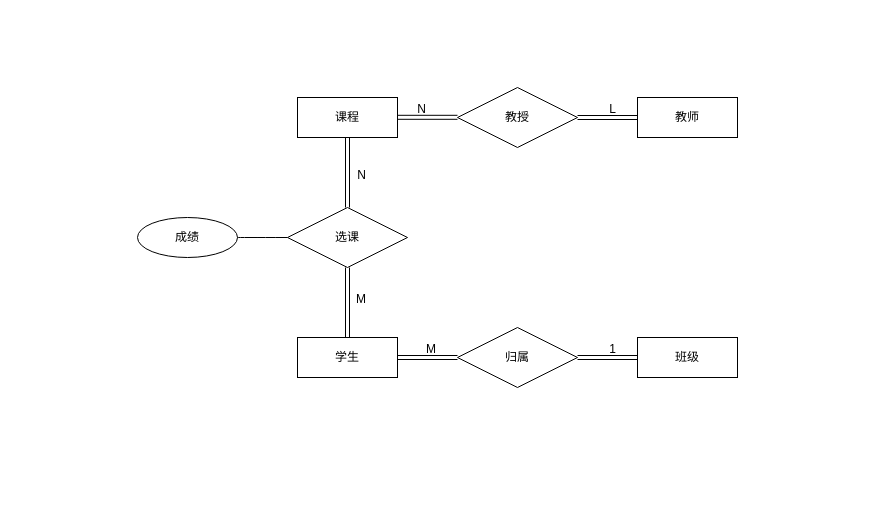
Before: dbms-demo/未命名绘图.drawio in AlexRed123/DBMS, a draw.io diagram. Source tidied: cells renumbered, new cells numbered last; positions are measured from the earlier drawing's top-left corner, leaving out a move shared by most shapes. Both pictures are drawn from the tidied source at 100%, with x=0, y=0 at pixel (137, 87).
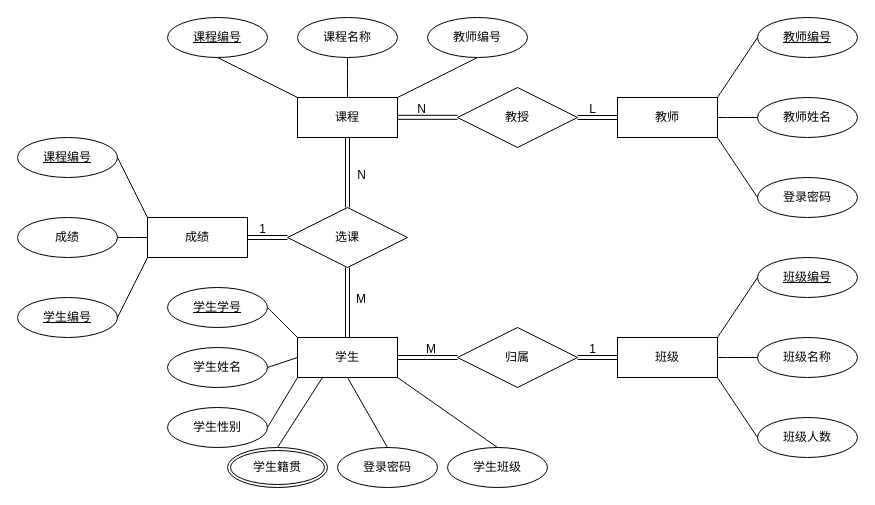
Above is the later version.

Unchanged cells that the change refers to:
```xml
<mxCell id="2" value="学生" style="whiteSpace=wrap;html=1;align=center;" parent="1" vertex="1">
  <mxGeometry x="160" y="250" width="100" height="40" as="geometry" />
</mxCell>
<mxCell id="4" value="课程" style="whiteSpace=wrap;html=1;align=center;" parent="1" vertex="1">
  <mxGeometry x="160" y="10" width="100" height="40" as="geometry" />
</mxCell>
<mxCell id="5" value="选课" style="shape=rhombus;perimeter=rhombusPerimeter;whiteSpace=wrap;html=1;align=center;" parent="1" vertex="1">
  <mxGeometry x="150" y="120" width="120" height="60" as="geometry" />
</mxCell>
```

What changed in the source:
```diff
@@
     <mxCell id="3" value="班级" style="whiteSpace=wrap;html=1;align=center;" parent="1" vertex="1">
-      <mxGeometry x="500" y="250" width="100" height="40" as="geometry" />
+      <mxGeometry x="480" y="250" width="100" height="40" as="geometry" />
     </mxCell>
@@
-    <mxCell id="6" value="成绩" style="ellipse;whiteSpace=wrap;html=1;align=center;" parent="1" vertex="1">
-      <mxGeometry y="130" width="100" height="40" as="geometry" />
-    </mxCell>
-    <mxCell id="7" style="endArrow=none;html=1;rounded=0;fontSize=12;startSize=8;endSize=8;curved=1;exitX=1;exitY=0.5;exitDx=0;exitDy=0;entryX=0;entryY=0.5;entryDx=0;entryDy=0;" parent="1" edge="1" source="6" target="5">
-      <mxGeometry relative="1" as="geometry" />
-    </mxCell>
@@
     <mxCell id="22" value="教师" style="whiteSpace=wrap;html=1;align=center;" parent="1" vertex="1">
-      <mxGeometry x="500" y="10" width="100" height="40" as="geometry" />
+      <mxGeometry x="480" y="10" width="100" height="40" as="geometry" />
     </mxCell>
+    <mxCell id="23" value="成绩" style="whiteSpace=wrap;html=1;align=center;" parent="1" vertex="1">
+      <mxGeometry x="10" y="130" width="100" height="40" as="geometry" />
+    </mxCell>
+    <mxCell id="24" style="shape=link;html=1;rounded=0;fontSize=12;startSize=8;endSize=8;curved=1;exitX=1;exitY=0.5;exitDx=0;exitDy=0;entryX=0;entryY=0.5;entryDx=0;entryDy=0;" parent="1" edge="1" source="23" target="5">
+      <mxGeometry relative="1" as="geometry" />
+    </mxCell>
+    <mxCell id="25" value="1" style="html=1;whiteSpace=wrap;align=right;verticalAlign=bottom;" parent="24" vertex="1">
+      <mxGeometry x="1" relative="1" as="geometry">
+        <mxPoint x="-20" as="offset" />
+      </mxGeometry>
+    </mxCell>
+    <mxCell id="26" value="学生编号" style="ellipse;whiteSpace=wrap;html=1;align=center;fontStyle=4;" parent="1" vertex="1">
+      <mxGeometry x="-120" y="210" width="100" height="40" as="geometry" />
+    </mxCell>
+    <mxCell id="27" value="课程编号" style="ellipse;whiteSpace=wrap;html=1;align=center;fontStyle=4;" parent="1" vertex="1">
+      <mxGeometry x="-120" y="50" width="100" height="40" as="geometry" />
+    </mxCell>
+    <mxCell id="6" value="成绩" style="ellipse;whiteSpace=wrap;html=1;align=center;" parent="1" vertex="1">
+      <mxGeometry x="-120" y="130" width="100" height="40" as="geometry" />
+    </mxCell>
+    <mxCell id="28" style="endArrow=none;html=1;rounded=0;fontSize=12;startSize=8;endSize=8;curved=1;exitX=1;exitY=0.5;exitDx=0;exitDy=0;entryX=0;entryY=1;entryDx=0;entryDy=0;" parent="1" edge="1" source="26" target="23">
+      <mxGeometry relative="1" as="geometry" />
+    </mxCell>
+    <mxCell id="29" style="endArrow=none;html=1;rounded=0;fontSize=12;startSize=8;endSize=8;curved=1;exitX=1;exitY=0.5;exitDx=0;exitDy=0;entryX=0;entryY=0.5;entryDx=0;entryDy=0;" parent="1" edge="1" source="6" target="23">
+      <mxGeometry relative="1" as="geometry" />
+    </mxCell>
+    <mxCell id="30" style="endArrow=none;html=1;rounded=0;fontSize=12;startSize=8;endSize=8;curved=1;exitX=1;exitY=0.5;exitDx=0;exitDy=0;entryX=0;entryY=0;entryDx=0;entryDy=0;" parent="1" edge="1" source="27" target="23">
+      <mxGeometry relative="1" as="geometry" />
+    </mxCell>
+    <mxCell id="31" value="学生学号" style="ellipse;whiteSpace=wrap;html=1;align=center;fontStyle=4;" parent="1" vertex="1">
+      <mxGeometry x="30" y="200" width="100" height="40" as="geometry" />
+    </mxCell>
+    <mxCell id="32" value="学生姓名" style="ellipse;whiteSpace=wrap;html=1;align=center;" parent="1" vertex="1">
+      <mxGeometry x="30" y="260" width="100" height="40" as="geometry" />
+    </mxCell>
+    <mxCell id="33" value="学生性别" style="ellipse;whiteSpace=wrap;html=1;align=center;" parent="1" vertex="1">
+      <mxGeometry x="30" y="320" width="100" height="40" as="geometry" />
+    </mxCell>
+    <mxCell id="34" value="学生籍贯" style="ellipse;shape=doubleEllipse;margin=3;whiteSpace=wrap;html=1;align=center;" parent="1" vertex="1">
+      <mxGeometry x="90" y="360" width="100" height="40" as="geometry" />
+    </mxCell>
+    <mxCell id="35" value="登录密码" style="ellipse;whiteSpace=wrap;html=1;align=center;" parent="1" vertex="1">
+      <mxGeometry x="200" y="360" width="100" height="40" as="geometry" />
+    </mxCell>
+    <mxCell id="36" value="学生班级" style="ellipse;whiteSpace=wrap;html=1;align=center;" parent="1" vertex="1">
+      <mxGeometry x="310" y="360" width="100" height="40" as="geometry" />
+    </mxCell>
+    <mxCell id="37" style="endArrow=none;html=1;rounded=0;fontSize=12;startSize=8;endSize=8;curved=1;exitX=1;exitY=0.5;exitDx=0;exitDy=0;entryX=0;entryY=0;entryDx=0;entryDy=0;" parent="1" edge="1" source="31" target="2">
+      <mxGeometry relative="1" as="geometry" />
+    </mxCell>
+    <mxCell id="38" style="endArrow=none;html=1;rounded=0;fontSize=12;startSize=8;endSize=8;curved=1;exitX=1;exitY=1;exitDx=0;exitDy=0;entryX=0.5;entryY=0;entryDx=0;entryDy=0;" parent="1" edge="1" source="2" target="36">
+      <mxGeometry relative="1" as="geometry" />
+    </mxCell>
+    <mxCell id="39" style="endArrow=none;html=1;rounded=0;fontSize=12;startSize=8;endSize=8;curved=1;exitX=0.5;exitY=0;exitDx=0;exitDy=0;entryX=0.5;entryY=1;entryDx=0;entryDy=0;" parent="1" edge="1" source="35" target="2">
+      <mxGeometry relative="1" as="geometry" />
+    </mxCell>
+    <mxCell id="40" style="endArrow=none;html=1;rounded=0;fontSize=12;startSize=8;endSize=8;curved=1;exitX=0.5;exitY=0;exitDx=0;exitDy=0;entryX=0.25;entryY=1;entryDx=0;entryDy=0;" parent="1" edge="1" source="34" target="2">
+      <mxGeometry relative="1" as="geometry" />
+    </mxCell>
+    <mxCell id="41" style="endArrow=none;html=1;rounded=0;fontSize=12;startSize=8;endSize=8;curved=1;exitX=1;exitY=0.5;exitDx=0;exitDy=0;entryX=0;entryY=1;entryDx=0;entryDy=0;" parent="1" edge="1" source="33" target="2">
+      <mxGeometry relative="1" as="geometry" />
+    </mxCell>
+    <mxCell id="42" style="endArrow=none;html=1;rounded=0;fontSize=12;startSize=8;endSize=8;curved=1;exitX=1;exitY=0.5;exitDx=0;exitDy=0;entryX=0;entryY=0.5;entryDx=0;entryDy=0;" parent="1" edge="1" source="32" target="2">
+      <mxGeometry relative="1" as="geometry" />
+    </mxCell>
+    <mxCell id="43" value="教师编号" style="ellipse;whiteSpace=wrap;html=1;align=center;" parent="1" vertex="1">
+      <mxGeometry x="290" y="-70" width="100" height="40" as="geometry" />
+    </mxCell>
+    <mxCell id="44" value="课程名称" style="ellipse;whiteSpace=wrap;html=1;align=center;" parent="1" vertex="1">
+      <mxGeometry x="160" y="-70" width="100" height="40" as="geometry" />
+    </mxCell>
+    <mxCell id="45" value="课程编号" style="ellipse;whiteSpace=wrap;html=1;align=center;fontStyle=4;" parent="1" vertex="1">
+      <mxGeometry x="30" y="-70" width="100" height="40" as="geometry" />
+    </mxCell>
+    <mxCell id="46" style="endArrow=none;html=1;rounded=0;fontSize=12;startSize=8;endSize=8;curved=1;exitX=0.5;exitY=1;exitDx=0;exitDy=0;entryX=1;entryY=0;entryDx=0;entryDy=0;" parent="1" edge="1" source="43" target="4">
+      <mxGeometry relative="1" as="geometry" />
+    </mxCell>
+    <mxCell id="47" style="endArrow=none;html=1;rounded=0;fontSize=12;startSize=8;endSize=8;curved=1;exitX=0.5;exitY=1;exitDx=0;exitDy=0;entryX=0.5;entryY=0;entryDx=0;entryDy=0;" parent="1" edge="1" source="44" target="4">
+      <mxGeometry relative="1" as="geometry" />
+    </mxCell>
+    <mxCell id="48" style="endArrow=none;html=1;rounded=0;fontSize=12;startSize=8;endSize=8;curved=1;exitX=0.5;exitY=1;exitDx=0;exitDy=0;entryX=0;entryY=0;entryDx=0;entryDy=0;" parent="1" edge="1" source="45" target="4">
+      <mxGeometry relative="1" as="geometry" />
+    </mxCell>
+    <mxCell id="49" value="教师编号" style="ellipse;whiteSpace=wrap;html=1;align=center;fontStyle=4;" parent="1" vertex="1">
+      <mxGeometry x="620" y="-70" width="100" height="40" as="geometry" />
+    </mxCell>
+    <mxCell id="50" value="教师姓名" style="ellipse;whiteSpace=wrap;html=1;align=center;" parent="1" vertex="1">
+      <mxGeometry x="620" y="10" width="100" height="40" as="geometry" />
+    </mxCell>
+    <mxCell id="51" value="登录密码" style="ellipse;whiteSpace=wrap;html=1;align=center;" parent="1" vertex="1">
+      <mxGeometry x="620" y="90" width="100" height="40" as="geometry" />
+    </mxCell>
+    <mxCell id="52" style="endArrow=none;html=1;rounded=0;fontSize=12;startSize=8;endSize=8;curved=1;exitX=1;exitY=1;exitDx=0;exitDy=0;entryX=0;entryY=0.5;entryDx=0;entryDy=0;" parent="1" edge="1" source="22" target="51">
+      <mxGeometry relative="1" as="geometry" />
+    </mxCell>
+    <mxCell id="53" style="endArrow=none;html=1;rounded=0;fontSize=12;startSize=8;endSize=8;curved=1;exitX=1;exitY=0.5;exitDx=0;exitDy=0;entryX=0;entryY=0.5;entryDx=0;entryDy=0;" parent="1" edge="1" source="22" target="50">
+      <mxGeometry relative="1" as="geometry" />
+    </mxCell>
+    <mxCell id="54" style="endArrow=none;html=1;rounded=0;fontSize=12;startSize=8;endSize=8;curved=1;exitX=1;exitY=0;exitDx=0;exitDy=0;entryX=0;entryY=0.5;entryDx=0;entryDy=0;" parent="1" edge="1" source="22" target="49">
+      <mxGeometry relative="1" as="geometry" />
+    </mxCell>
+    <mxCell id="55" value="班级编号" style="ellipse;whiteSpace=wrap;html=1;align=center;fontStyle=4;" parent="1" vertex="1">
+      <mxGeometry x="620" y="170" width="100" height="40" as="geometry" />
+    </mxCell>
+    <mxCell id="56" value="班级名称" style="ellipse;whiteSpace=wrap;html=1;align=center;" parent="1" vertex="1">
+      <mxGeometry x="620" y="250" width="100" height="40" as="geometry" />
+    </mxCell>
+    <mxCell id="57" value="班级人数" style="ellipse;whiteSpace=wrap;html=1;align=center;" parent="1" vertex="1">
+      <mxGeometry x="620" y="330" width="100" height="40" as="geometry" />
+    </mxCell>
+    <mxCell id="58" style="endArrow=none;html=1;rounded=0;fontSize=12;startSize=8;endSize=8;curved=1;exitX=1;exitY=1;exitDx=0;exitDy=0;entryX=0;entryY=0.5;entryDx=0;entryDy=0;" parent="1" edge="1" source="3" target="57">
+      <mxGeometry relative="1" as="geometry" />
+    </mxCell>
+    <mxCell id="59" style="endArrow=none;html=1;rounded=0;fontSize=12;startSize=8;endSize=8;curved=1;exitX=1;exitY=0.5;exitDx=0;exitDy=0;entryX=0;entryY=0.5;entryDx=0;entryDy=0;" parent="1" edge="1" source="3" target="56">
+      <mxGeometry relative="1" as="geometry" />
+    </mxCell>
+    <mxCell id="60" style="endArrow=none;html=1;rounded=0;fontSize=12;startSize=8;endSize=8;curved=1;exitX=1;exitY=0;exitDx=0;exitDy=0;entryX=0;entryY=0.5;entryDx=0;entryDy=0;" parent="1" edge="1" source="3" target="55">
+      <mxGeometry relative="1" as="geometry" />
+    </mxCell>
```
